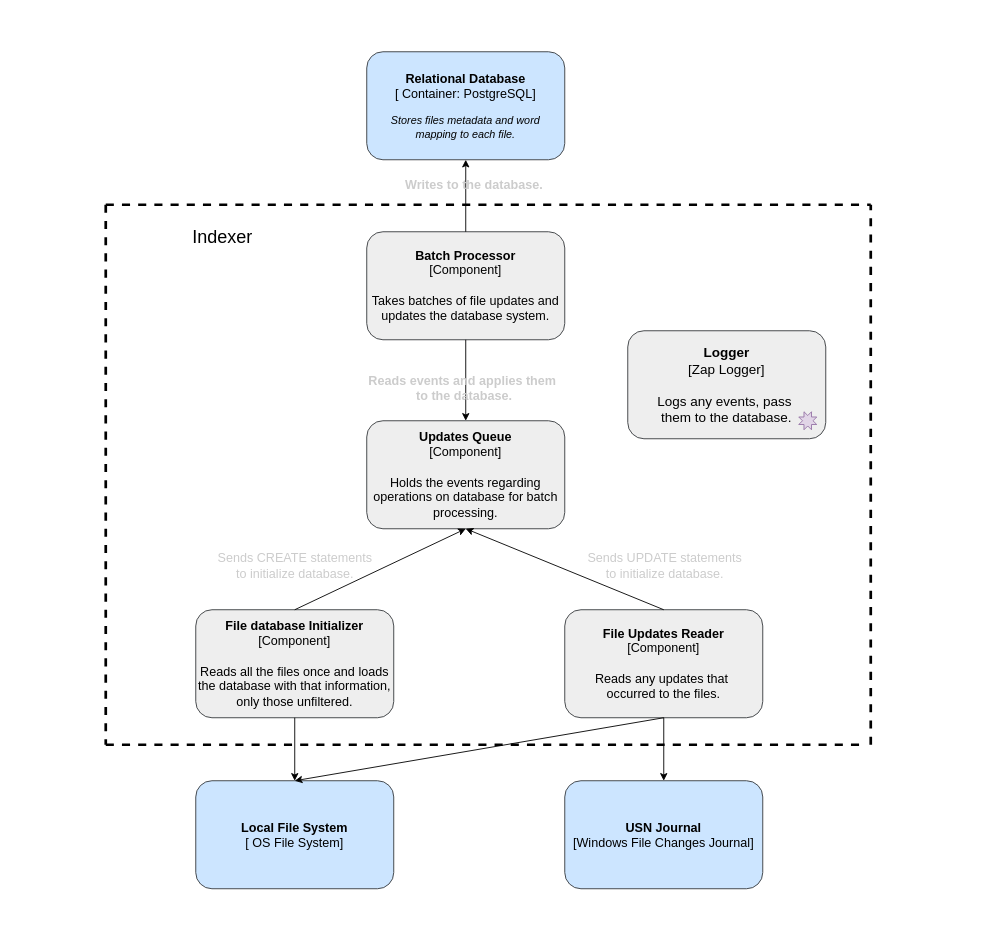
Raul072103/Search-Engine-File-System keeps this draw.io diagram as docs/indexer.drawio. Above is the earlier version. Source tidied: cells renumbered, new cells numbered last; positions are measured from the earlier drawing's top-left corner, leaving out a move shared by most shapes. Both pictures are drawn from the tidied source at 90%, with x=0, y=0 at pixel (105, 51).
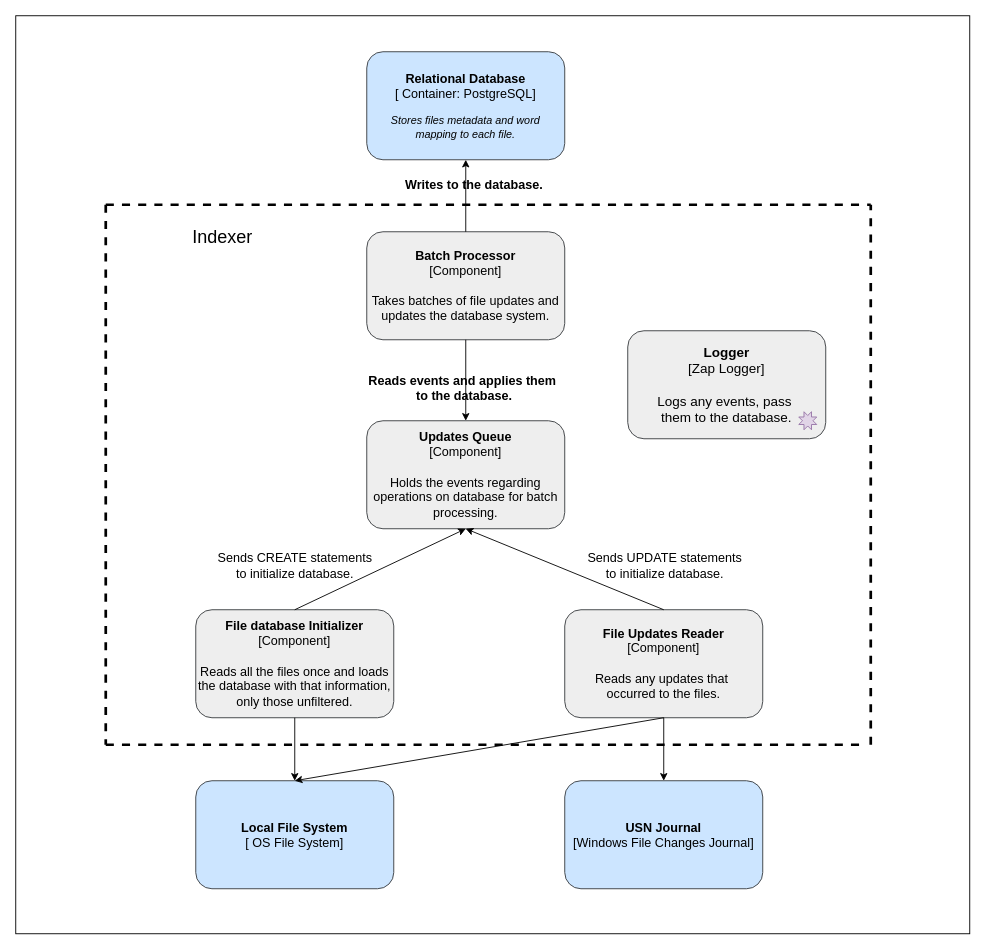
Above is the later version.

Unchanged cells that the change refers to:
```xml
<mxCell id="13" style="endArrow=classic;html=1;rounded=0;exitX=0.5;exitY=0;exitDx=0;exitDy=0;entryX=0.5;entryY=1;entryDx=0;entryDy=0;" parent="1" edge="1" source="5" target="9">
  <mxGeometry relative="1" as="geometry" />
</mxCell>
<mxCell id="17" style="endArrow=classic;html=1;rounded=0;exitX=0.5;exitY=1;exitDx=0;exitDy=0;entryX=0.5;entryY=0;entryDx=0;entryDy=0;" parent="1" edge="1" source="10" target="9">
  <mxGeometry relative="1" as="geometry" />
</mxCell>
```

Diff of the diagram source:
```diff
@@
+    <mxCell id="27" style="rounded=0;whiteSpace=wrap;html=1;" parent="1" vertex="1">
+      <mxGeometry x="-100" y="-40" width="1060" height="1020" as="geometry" />
+    </mxCell>
@@
-    <mxCell id="14" value="&lt;font color=&quot;#cccccc&quot; style=&quot;font-size: 14px;&quot;&gt;Sends CREATE statements&lt;br&gt;to initialize database.&lt;/font&gt;" style="edgeLabel;html=1;align=center;verticalAlign=middle;labelBackgroundColor=none;" parent="13" vertex="1">
+    <mxCell id="14" value="&lt;font style=&quot;font-size: 14px;&quot;&gt;Sends CREATE statements&lt;br style=&quot;font-size: 14px;&quot;&gt;to initialize database.&lt;/font&gt;" style="edgeLabel;html=1;align=center;verticalAlign=middle;labelBackgroundColor=none;fontSize=14;fontColor=default;" parent="13" vertex="1">
       <mxGeometry x="-0.02" y="5" relative="1" as="geometry">
         <mxPoint x="-91" y="-1" as="offset" />
       </mxGeometry>
     </mxCell>
@@
-    <mxCell id="16" value="&lt;font color=&quot;#cccccc&quot; style=&quot;font-size: 14px;&quot;&gt;Sends UPDATE statements&lt;br&gt;to initialize database.&lt;/font&gt;" style="edgeLabel;html=1;align=center;verticalAlign=middle;labelBackgroundColor=none;" parent="1" vertex="1">
+    <mxCell id="16" value="&lt;font style=&quot;font-size: 14px;&quot;&gt;Sends UPDATE statements&lt;br&gt;to initialize database.&lt;/font&gt;" style="edgeLabel;html=1;align=center;verticalAlign=middle;labelBackgroundColor=none;" parent="1" vertex="1">
       <mxGeometry x="620" y="570" as="geometry" />
     </mxCell>
@@
-    <mxCell id="18" value="&lt;font color=&quot;#cccccc&quot; style=&quot;font-size: 14px;&quot;&gt;&lt;b&gt;Reads events and applies them&amp;nbsp;&lt;br&gt;to the database.&lt;/b&gt;&lt;/font&gt;" style="edgeLabel;html=1;align=center;verticalAlign=middle;labelBackgroundColor=none;" parent="17" vertex="1">
+    <mxCell id="18" value="&lt;font style=&quot;font-size: 14px;&quot;&gt;&lt;b style=&quot;font-size: 14px;&quot;&gt;Reads events and applies them&amp;nbsp;&lt;br style=&quot;font-size: 14px;&quot;&gt;to the database.&lt;/b&gt;&lt;/font&gt;" style="edgeLabel;html=1;align=center;verticalAlign=middle;labelBackgroundColor=none;fontSize=14;fontColor=default;" parent="17" vertex="1">
       <mxGeometry x="0.18" y="-3" relative="1" as="geometry" />
     </mxCell>
@@
-    <mxCell id="20" value="&lt;font color=&quot;#cccccc&quot;&gt;&lt;span style=&quot;font-size: 14px;&quot;&gt;&lt;b&gt;Writes to the database.&lt;/b&gt;&lt;/span&gt;&lt;/font&gt;" style="edgeLabel;html=1;align=center;verticalAlign=middle;labelBackgroundColor=none;" parent="1" vertex="1">
+    <mxCell id="20" value="&lt;span style=&quot;font-size: 14px;&quot;&gt;&lt;b style=&quot;&quot;&gt;Writes to the database.&lt;/b&gt;&lt;/span&gt;" style="edgeLabel;html=1;align=center;verticalAlign=middle;labelBackgroundColor=none;" parent="1" vertex="1">
       <mxGeometry x="310" y="300" as="geometry">
         <mxPoint x="98" y="-153" as="offset" />
       </mxGeometry>
     </mxCell>
```
